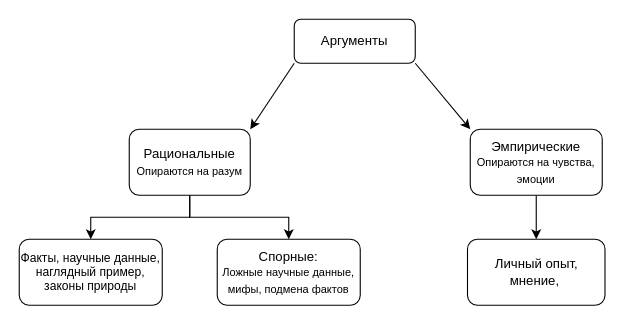
Before: Untitled Diagram.drawio in frorepelitta/gitlearning, a draw.io diagram. Source tidied: cells renumbered, new cells numbered last; positions are measured from the earlier drawing's top-left corner, leaving out a move shared by most shapes. Both pictures are drawn from the tidied source at 110%, with x=0, y=0 at pixel (19, 19).
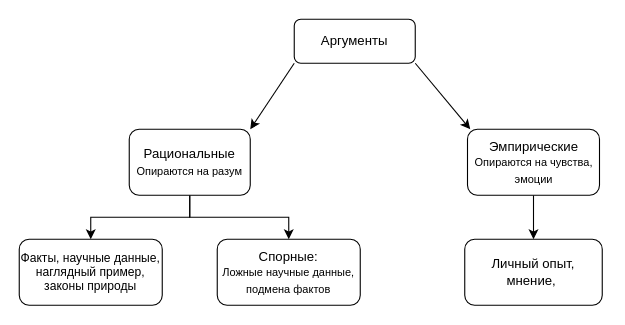
The same page after the edit.

What changed in the source:
```diff
@@
 <mxGraphModel>
   <root>
     <mxCell id="0" />
     <mxCell id="1" parent="0" />
     <mxCell id="2" value="Аргументы" style="rounded=1;whiteSpace=wrap;html=1;" parent="1" vertex="1">
       <mxGeometry x="250" width="110" height="40" as="geometry" />
     </mxCell>
     <mxCell id="3" style="endArrow=classic;html=1;rounded=0;" parent="1" edge="1">
       <mxGeometry relative="1" as="geometry">
         <mxPoint x="250" y="40" as="sourcePoint" />
         <mxPoint x="210" y="100" as="targetPoint" />
       </mxGeometry>
     </mxCell>
     <mxCell id="4" style="edgeStyle=orthogonalEdgeStyle;rounded=0;jettySize=auto;html=1;fontSize=12;" parent="1" edge="1" source="6" target="10">
       <mxGeometry relative="1" as="geometry" />
     </mxCell>
     <mxCell id="5" style="edgeStyle=orthogonalEdgeStyle;rounded=0;jettySize=auto;html=1;fontSize=12;" parent="1" edge="1" source="6" target="12">
       <mxGeometry relative="1" as="geometry" />
     </mxCell>
     <mxCell id="6" value="Рациональные&lt;br&gt;&lt;font style=&quot;font-size: 10px&quot;&gt;Опираются на разум&lt;/font&gt;" style="rounded=1;whiteSpace=wrap;html=1;" parent="1" vertex="1">
       <mxGeometry x="100" y="100" width="110" height="60" as="geometry" />
     </mxCell>
     <mxCell id="7" style="endArrow=classic;html=1;rounded=0;" parent="1" edge="1">
       <mxGeometry relative="1" as="geometry">
         <mxPoint x="360" y="40" as="sourcePoint" />
         <mxPoint x="410" y="100" as="targetPoint" />
       </mxGeometry>
     </mxCell>
     <mxCell id="8" style="edgeStyle=orthogonalEdgeStyle;rounded=0;jettySize=auto;html=1;fontSize=12;entryX=0.5;entryY=0;entryDx=0;entryDy=0;" parent="1" edge="1" source="9" target="11">
       <mxGeometry relative="1" as="geometry" />
     </mxCell>
     <mxCell id="9" value="Эмпирические&lt;br&gt;&lt;font style=&quot;font-size: 10px&quot;&gt;Опираются на чувства, эмоции&lt;/font&gt;" style="rounded=1;whiteSpace=wrap;html=1;" parent="1" vertex="1">
-      <mxGeometry x="410" y="100" width="120" height="60" as="geometry" />
+      <mxGeometry x="407.5" y="100" width="120" height="60" as="geometry" />
     </mxCell>
     <mxCell id="10" value="&lt;font style=&quot;font-size: 11px&quot;&gt;Факты, научные данные, наглядный пример, законы природы&lt;/font&gt;" style="rounded=1;whiteSpace=wrap;html=1;fontSize=8;" parent="1" vertex="1">
       <mxGeometry y="200" width="130" height="60" as="geometry" />
     </mxCell>
     <mxCell id="11" value="Личный опыт, мнение,&amp;nbsp;" style="rounded=1;whiteSpace=wrap;html=1;fontSize=12;" parent="1" vertex="1">
-      <mxGeometry x="407.5" y="200" width="125" height="60" as="geometry" />
+      <mxGeometry x="405" y="200" width="125" height="60" as="geometry" />
     </mxCell>
-    <mxCell id="12" value="Спорные:&lt;br&gt;&lt;font style=&quot;font-size: 10px&quot;&gt;Ложные научные данные, мифы, подмена фактов&lt;/font&gt;" style="whiteSpace=wrap;html=1;rounded=1;" parent="1" vertex="1">
+    <mxCell id="12" value="Спорные:&lt;br&gt;&lt;font style=&quot;font-size: 10px&quot;&gt;Ложные научные данные, подмена фактов&lt;/font&gt;" style="whiteSpace=wrap;html=1;rounded=1;" parent="1" vertex="1">
       <mxGeometry x="180" y="200" width="130" height="60" as="geometry" />
     </mxCell>
   </root>
 </mxGraphModel>
```
